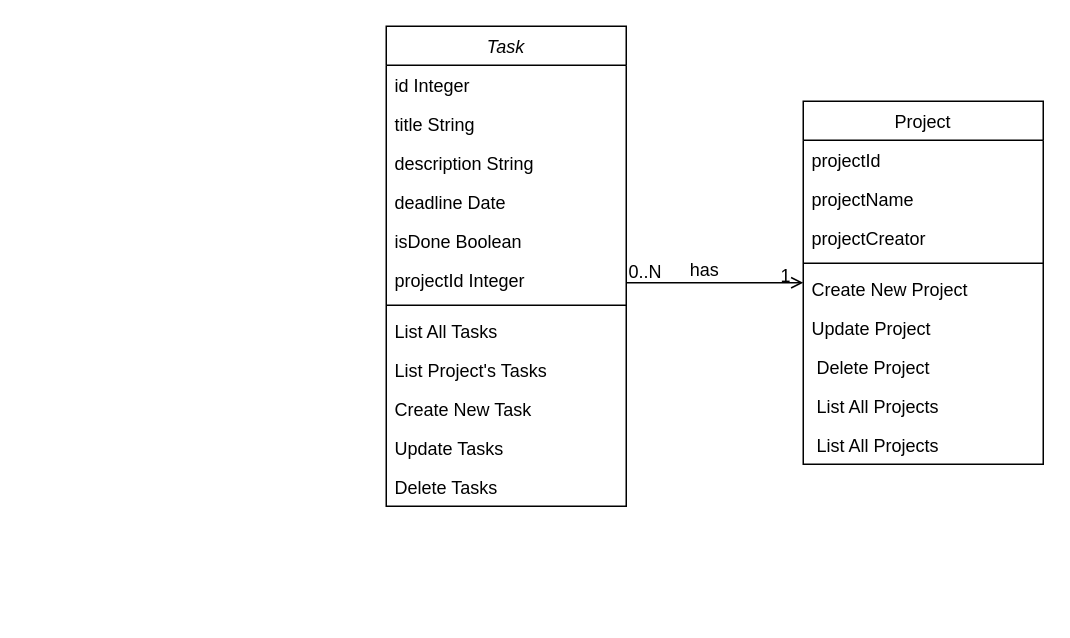
Earlier version of the draw.io diagram ClassDiagram.drawio (longvision/todo-app-react-spring-boot-jpa). Source tidied: cells renumbered, new cells numbered last; positions are measured from the earlier drawing's top-left corner, leaving out a move shared by most shapes. Both pictures are drawn from the tidied source at 150%, with x=0, y=0 at pixel (386, 26).
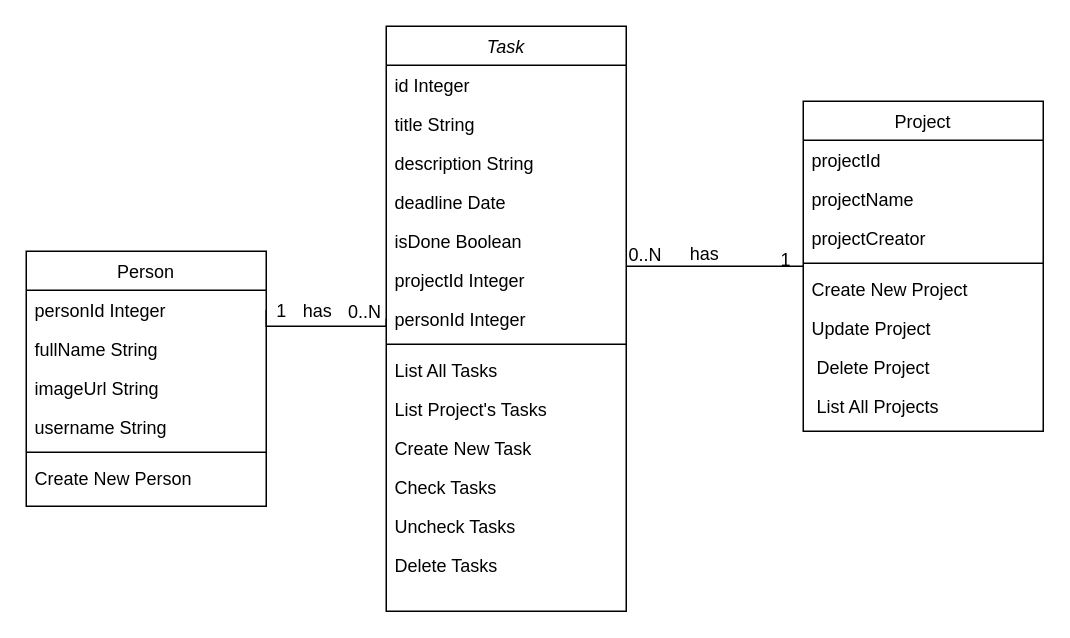
The same diagram, later.

What changed in the source:
```diff
@@
     <mxCell id="2" value="Task" style="swimlane;fontStyle=2;align=center;verticalAlign=top;horizontal=1;startSize=26;rounded=0;shadow=0;strokeWidth=1;" parent="1" vertex="1">
-      <mxGeometry width="160" height="320" as="geometry" />
+      <mxGeometry width="160" height="390" as="geometry" />
     </mxCell>
@@
+    <mxCell id="29" value="personId Integer" style="text;align=left;verticalAlign=top;spacingLeft=4;spacingRight=4;overflow=hidden;points=[[0,0.5],[1,0.5]];portConstraint=eastwest;rounded=0;shadow=0;html=0;" parent="2" vertex="1">
+      <mxGeometry y="182" width="160" height="26" as="geometry" />
+    </mxCell>
     <mxCell id="9" style="line;html=1;strokeWidth=1;align=left;verticalAlign=middle;spacingTop=-1;spacingLeft=3;spacingRight=3;labelPosition=right;" parent="2" vertex="1">
-      <mxGeometry y="182" width="160" height="8" as="geometry" />
+      <mxGeometry y="208" width="160" height="8" as="geometry" />
     </mxCell>
     <mxCell id="10" value="List All Tasks" style="text;align=left;verticalAlign=top;spacingLeft=4;spacingRight=4;overflow=hidden;" parent="2" vertex="1">
-      <mxGeometry y="190" width="160" height="26" as="geometry" />
+      <mxGeometry y="216" width="160" height="26" as="geometry" />
     </mxCell>
     <mxCell id="11" value="List Project's Tasks" style="text;align=left;verticalAlign=top;spacingLeft=4;spacingRight=4;overflow=hidden;" parent="2" vertex="1">
-      <mxGeometry y="216" width="160" height="26" as="geometry" />
+      <mxGeometry y="242" width="160" height="26" as="geometry" />
     </mxCell>
     <mxCell id="12" value="Create New Task" style="text;align=left;verticalAlign=top;spacingLeft=4;spacingRight=4;overflow=hidden;" parent="2" vertex="1">
-      <mxGeometry y="242" width="160" height="26" as="geometry" />
+      <mxGeometry y="268" width="160" height="26" as="geometry" />
     </mxCell>
-    <mxCell id="13" value="Update Tasks" style="text;align=left;verticalAlign=top;spacingLeft=4;spacingRight=4;overflow=hidden;" parent="2" vertex="1">
-      <mxGeometry y="268" width="160" height="26" as="geometry" />
+    <mxCell id="13" value="Check Tasks" style="text;align=left;verticalAlign=top;spacingLeft=4;spacingRight=4;overflow=hidden;" parent="2" vertex="1">
+      <mxGeometry y="294" width="160" height="26" as="geometry" />
     </mxCell>
-    <mxCell id="14" value="Delete Tasks" style="text;align=left;verticalAlign=top;spacingLeft=4;spacingRight=4;overflow=hidden;" parent="2" vertex="1">
-      <mxGeometry y="294" width="160" height="26" as="geometry" />
+    <mxCell id="14" value="Uncheck Tasks" style="text;align=left;verticalAlign=top;spacingLeft=4;spacingRight=4;overflow=hidden;" parent="2" vertex="1">
+      <mxGeometry y="320" width="160" height="26" as="geometry" />
     </mxCell>
+    <mxCell id="30" value="Delete Tasks" style="text;align=left;verticalAlign=top;spacingLeft=4;spacingRight=4;overflow=hidden;" parent="2" vertex="1">
+      <mxGeometry y="346" width="160" height="26" as="geometry" />
+    </mxCell>
     <mxCell id="15" value="Project" style="swimlane;fontStyle=0;align=center;verticalAlign=top;horizontal=1;startSize=26;rounded=0;shadow=0;strokeWidth=1;" parent="1" vertex="1">
-      <mxGeometry x="278" y="50" width="160" height="242" as="geometry" />
+      <mxGeometry x="278" y="50" width="160" height="220" as="geometry" />
     </mxCell>
@@
-    <mxCell id="24" value=" List All Projects" style="text;align=left;verticalAlign=top;spacingLeft=4;spacingRight=4;overflow=hidden;" parent="15" vertex="1">
-      <mxGeometry y="216" width="160" height="26" as="geometry" />
-    </mxCell>
-    <mxCell id="25" style="endArrow=open;shadow=0;strokeWidth=1;rounded=0;endFill=1;edgeStyle=elbowEdgeStyle;elbow=vertical;" parent="1" edge="1" source="2" target="15">
+    <mxCell id="25" style="endArrow=none;shadow=0;strokeWidth=1;rounded=0;endFill=0;edgeStyle=elbowEdgeStyle;elbow=vertical;" parent="1" edge="1" source="2" target="15">
       <mxGeometry x="0.5" y="41" relative="1" as="geometry">
         <mxPoint x="-40" y="32" as="offset" />
       </mxGeometry>
     </mxCell>
@@
+    <mxCell id="31" value="Person" style="swimlane;fontStyle=0;align=center;verticalAlign=top;horizontal=1;startSize=26;rounded=0;shadow=0;strokeWidth=1;" parent="1" vertex="1">
+      <mxGeometry x="-240" y="150" width="160" height="170" as="geometry" />
+    </mxCell>
+    <mxCell id="32" value="personId Integer" style="text;align=left;verticalAlign=top;spacingLeft=4;spacingRight=4;overflow=hidden;points=[[0,0.5],[1,0.5]];portConstraint=eastwest;" parent="31" vertex="1">
+      <mxGeometry y="26" width="160" height="26" as="geometry" />
+    </mxCell>
+    <mxCell id="33" value="fullName String" style="text;align=left;verticalAlign=top;spacingLeft=4;spacingRight=4;overflow=hidden;rounded=0;shadow=0;html=0;" parent="31" vertex="1">
+      <mxGeometry y="52" width="160" height="26" as="geometry" />
+    </mxCell>
+    <mxCell id="34" value="imageUrl String" style="text;align=left;verticalAlign=top;spacingLeft=4;spacingRight=4;overflow=hidden;rounded=0;shadow=0;html=0;" parent="31" vertex="1">
+      <mxGeometry y="78" width="160" height="26" as="geometry" />
+    </mxCell>
+    <mxCell id="35" value="username String" style="text;align=left;verticalAlign=top;spacingLeft=4;spacingRight=4;overflow=hidden;rounded=0;shadow=0;html=0;" parent="31" vertex="1">
+      <mxGeometry y="104" width="160" height="26" as="geometry" />
+    </mxCell>
+    <mxCell id="36" style="line;html=1;strokeWidth=1;align=left;verticalAlign=middle;spacingTop=-1;spacingLeft=3;spacingRight=3;labelPosition=right;" parent="31" vertex="1">
+      <mxGeometry y="130" width="160" height="8" as="geometry" />
+    </mxCell>
+    <mxCell id="37" value="Create New Person" style="text;align=left;verticalAlign=top;spacingLeft=4;spacingRight=4;overflow=hidden;" parent="31" vertex="1">
+      <mxGeometry y="138" width="160" height="26" as="geometry" />
+    </mxCell>
+    <mxCell id="38" style="edgeStyle=orthogonalEdgeStyle;rounded=0;jettySize=auto;html=1;entryX=0;entryY=0.5;entryDx=0;entryDy=0;exitX=1;exitY=0.5;exitDx=0;exitDy=0;endArrow=none;endFill=0;" parent="1" edge="1" source="32" target="29">
+      <mxGeometry relative="1" as="geometry">
+        <Array as="points">
+          <mxPoint x="-80" y="200" />
+          <mxPoint y="200" />
+        </Array>
+      </mxGeometry>
+    </mxCell>
+    <mxCell id="39" value="1" style="text;html=1;align=center;verticalAlign=middle;strokeColor=none;fillColor=none;" parent="1" vertex="1">
+      <mxGeometry x="-80" y="180" width="20" height="20" as="geometry" />
+    </mxCell>
+    <mxCell id="40" value="has" style="text;html=1;align=center;verticalAlign=middle;labelBackgroundColor=none;rounded=0;shadow=0;strokeWidth=1;fontSize=12;" parent="1" vertex="1">
+      <mxGeometry x="214" y="161" as="geometry">
+        <mxPoint x="-261" y="28" as="offset" />
+      </mxGeometry>
+    </mxCell>
+    <mxCell id="41" value="0..N" style="align=left;verticalAlign=bottom;labelBackgroundColor=none;fontSize=12;" parent="1" vertex="1">
+      <mxGeometry x="-27" y="199" as="geometry" />
+    </mxCell>
```
